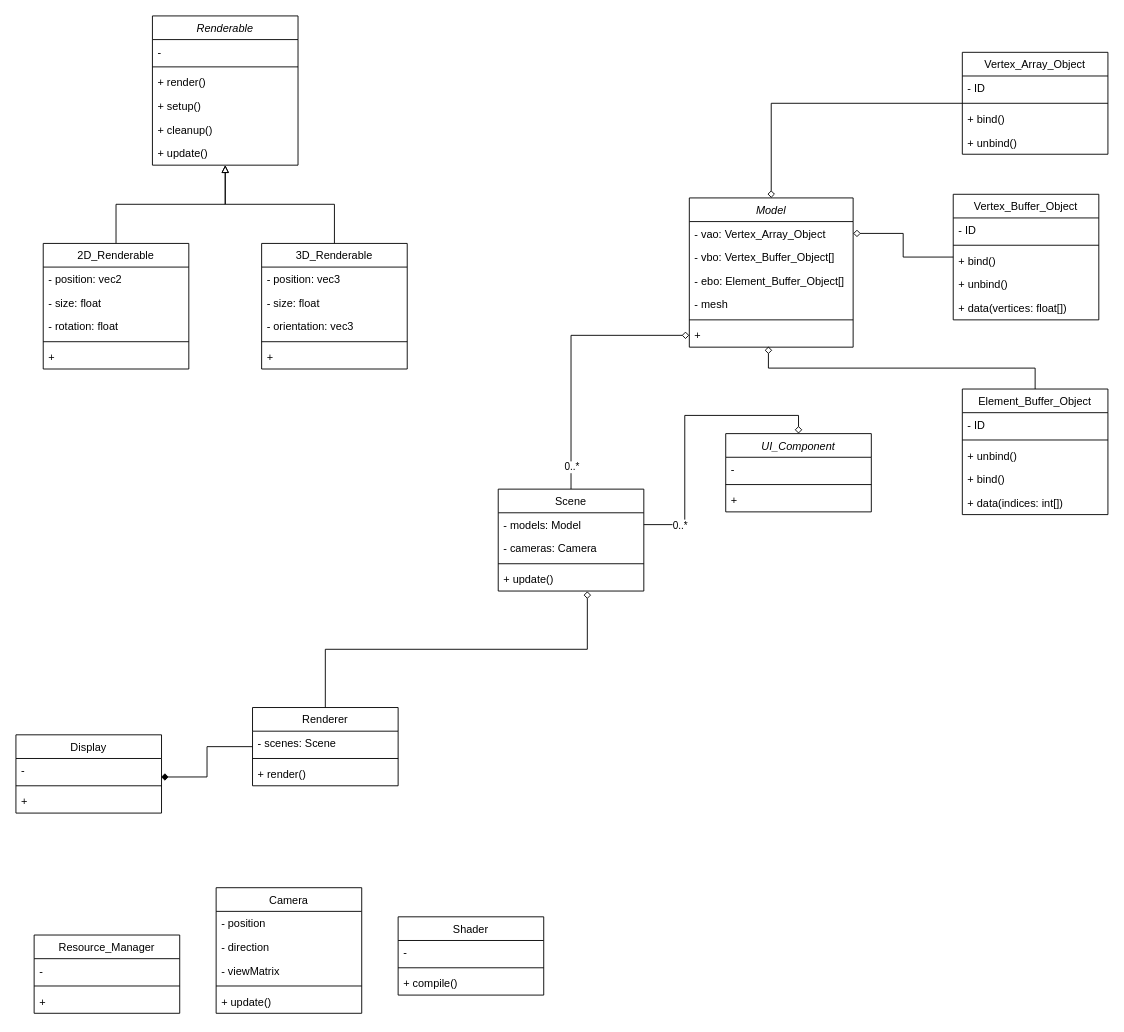
The draw.io diagram Render_Engine.drawio in harriszk/science, before the edit. Source tidied: cells renumbered, new cells numbered last; positions are measured from the earlier drawing's top-left corner, leaving out a move shared by most shapes. Both pictures are drawn from the tidied source at 91%, with x=0, y=0 at pixel (15, 15).
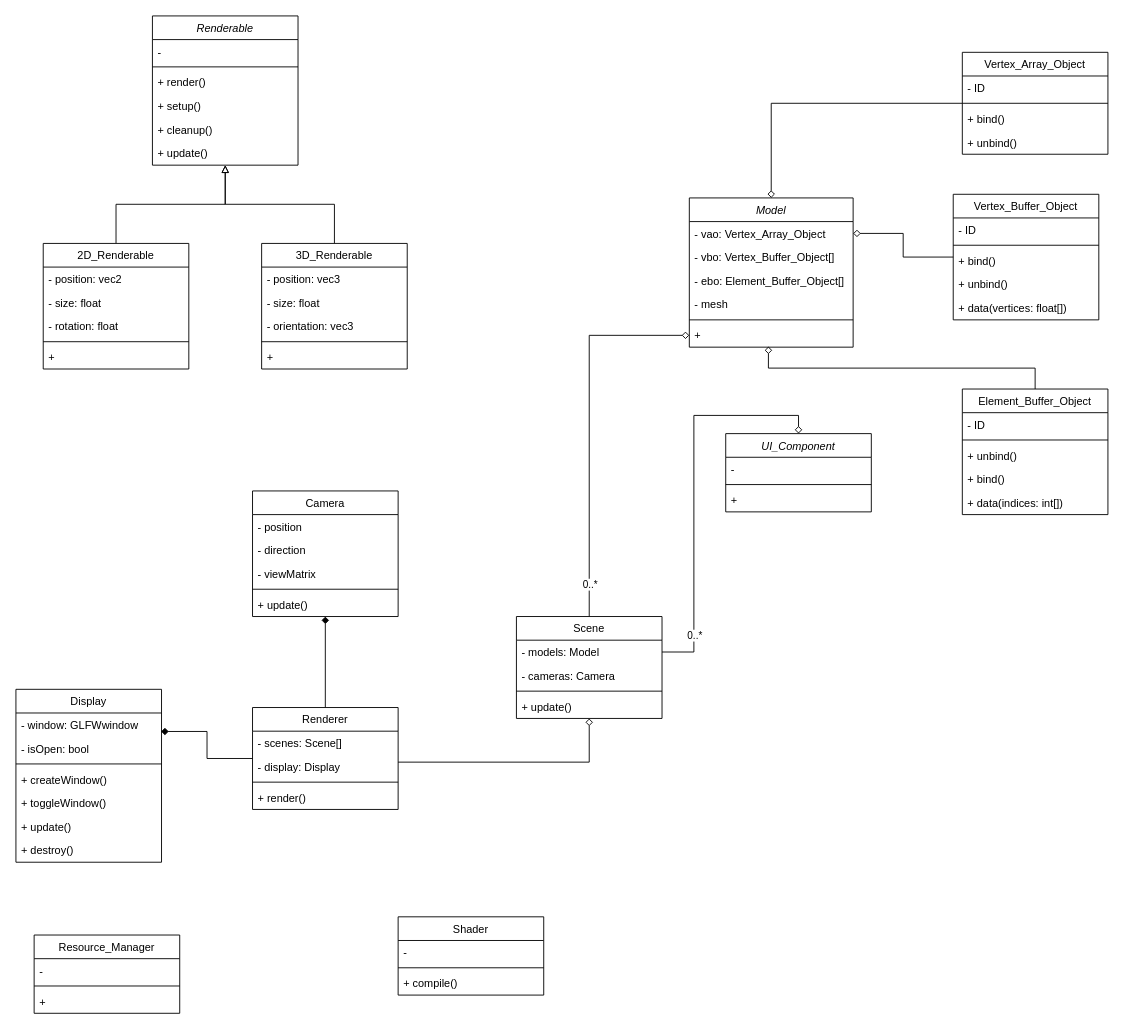
After the change.

The change refers to these unchanged cells:
```xml
<mxCell id="66" value="+ update()" style="text;align=left;verticalAlign=top;spacingLeft=4;spacingRight=4;overflow=hidden;points=[[0,0.5],[1,0.5]];portConstraint=eastwest;fontStyle=0;" parent="62" vertex="1">
  <mxGeometry y="86" width="160" height="26" as="geometry" />
</mxCell>
```

What changed in the source:
```diff
@@
     <mxCell id="54" value="Camera" style="swimlane;fontStyle=0;align=center;verticalAlign=top;horizontal=1;startSize=26;rounded=0;shadow=0;strokeWidth=1;" parent="1" vertex="1">
-      <mxGeometry x="220" y="958" width="160" height="138" as="geometry" />
+      <mxGeometry x="260" y="522" width="160" height="138" as="geometry" />
     </mxCell>
@@
     <mxCell id="62" value="Scene" style="swimlane;fontStyle=0;align=center;verticalAlign=top;horizontal=1;startSize=26;rounded=0;shadow=0;strokeWidth=1;" parent="1" vertex="1">
-      <mxGeometry x="530" y="520" width="160" height="112" as="geometry" />
+      <mxGeometry x="550" y="660" width="160" height="112" as="geometry" />
     </mxCell>
@@
-    <mxCell id="68" style="edgeStyle=orthogonalEdgeStyle;rounded=0;jettySize=auto;html=1;entryX=0.612;entryY=1.01;entryDx=0;entryDy=0;entryPerimeter=0;strokeColor=default;endArrow=diamond;endFill=0;" parent="1" edge="1" source="69" target="66">
-      <mxGeometry relative="1" as="geometry" />
+    <mxCell id="68" style="edgeStyle=orthogonalEdgeStyle;rounded=0;jettySize=auto;html=1;strokeColor=default;endArrow=diamond;endFill=0;" parent="1" edge="1" source="69" target="66">
+      <mxGeometry relative="1" as="geometry">
+        <Array as="points">
+          <mxPoint x="630" y="820" />
+        </Array>
+      </mxGeometry>
     </mxCell>
+    <mxCell id="87" style="edgeStyle=none;html=1;endArrow=diamond;endFill=1;" parent="1" edge="1" source="69">
+      <mxGeometry relative="1" as="geometry">
+        <mxPoint x="340" y="660" as="targetPoint" />
+      </mxGeometry>
+    </mxCell>
     <mxCell id="69" value="Renderer" style="swimlane;fontStyle=0;align=center;verticalAlign=top;horizontal=1;startSize=26;rounded=0;shadow=0;strokeWidth=1;" parent="1" vertex="1">
-      <mxGeometry x="260" y="760" width="160" height="86" as="geometry" />
+      <mxGeometry x="260" y="760" width="160" height="112" as="geometry" />
     </mxCell>
-    <mxCell id="70" value="- scenes: Scene" style="text;align=left;verticalAlign=top;spacingLeft=4;spacingRight=4;overflow=hidden;" parent="69" vertex="1">
+    <mxCell id="70" value="- scenes: Scene[]" style="text;align=left;verticalAlign=top;spacingLeft=4;spacingRight=4;overflow=hidden;" parent="69" vertex="1">
       <mxGeometry y="26" width="160" height="26" as="geometry" />
     </mxCell>
+    <mxCell id="88" value="- display: Display" style="text;align=left;verticalAlign=top;spacingLeft=4;spacingRight=4;overflow=hidden;" parent="69" vertex="1">
+      <mxGeometry y="52" width="160" height="26" as="geometry" />
+    </mxCell>
     <mxCell id="71" style="line;html=1;strokeWidth=1;align=left;verticalAlign=middle;spacingTop=-1;spacingLeft=3;spacingRight=3;labelPosition=right;" parent="69" vertex="1">
-      <mxGeometry y="52" width="160" height="8" as="geometry" />
+      <mxGeometry y="78" width="160" height="8" as="geometry" />
     </mxCell>
     <mxCell id="72" value="+ render()" style="text;align=left;verticalAlign=top;spacingLeft=4;spacingRight=4;overflow=hidden;fontStyle=0;" parent="69" vertex="1">
-      <mxGeometry y="60" width="160" height="26" as="geometry" />
+      <mxGeometry y="86" width="160" height="26" as="geometry" />
     </mxCell>
@@
     <mxCell id="81" value="Display" style="swimlane;fontStyle=0;align=center;verticalAlign=top;horizontal=1;startSize=26;rounded=0;shadow=0;strokeWidth=1;" parent="1" vertex="1">
-      <mxGeometry y="790" width="160" height="86" as="geometry" />
+      <mxGeometry y="740" width="160" height="190" as="geometry" />
     </mxCell>
-    <mxCell id="82" value="-" style="text;align=left;verticalAlign=top;spacingLeft=4;spacingRight=4;overflow=hidden;points=[[0,0.5],[1,0.5]];portConstraint=eastwest;" parent="81" vertex="1">
+    <mxCell id="82" value="- window: GLFWwindow" style="text;align=left;verticalAlign=top;spacingLeft=4;spacingRight=4;overflow=hidden;points=[[0,0.5],[1,0.5]];portConstraint=eastwest;" parent="81" vertex="1">
       <mxGeometry y="26" width="160" height="26" as="geometry" />
     </mxCell>
+    <mxCell id="89" value="- isOpen: bool" style="text;align=left;verticalAlign=top;spacingLeft=4;spacingRight=4;overflow=hidden;" parent="81" vertex="1">
+      <mxGeometry y="52" width="160" height="26" as="geometry" />
+    </mxCell>
     <mxCell id="83" style="line;html=1;strokeWidth=1;align=left;verticalAlign=middle;spacingTop=-1;spacingLeft=3;spacingRight=3;labelPosition=right;" parent="81" vertex="1">
-      <mxGeometry y="52" width="160" height="8" as="geometry" />
+      <mxGeometry y="78" width="160" height="8" as="geometry" />
     </mxCell>
+    <mxCell id="90" value="+ createWindow()" style="text;align=left;verticalAlign=top;spacingLeft=4;spacingRight=4;overflow=hidden;fontStyle=0;" parent="81" vertex="1">
+      <mxGeometry y="86" width="160" height="26" as="geometry" />
+    </mxCell>
-    <mxCell id="84" value="+" style="text;align=left;verticalAlign=top;spacingLeft=4;spacingRight=4;overflow=hidden;fontStyle=0;" parent="81" vertex="1">
-      <mxGeometry y="60" width="160" height="26" as="geometry" />
+    <mxCell id="84" value="+ toggleWindow()" style="text;align=left;verticalAlign=top;spacingLeft=4;spacingRight=4;overflow=hidden;fontStyle=0;" parent="81" vertex="1">
+      <mxGeometry y="112" width="160" height="26" as="geometry" />
     </mxCell>
+    <mxCell id="91" value="+ update()" style="text;align=left;verticalAlign=top;spacingLeft=4;spacingRight=4;overflow=hidden;fontStyle=0;" parent="81" vertex="1">
+      <mxGeometry y="138" width="160" height="26" as="geometry" />
+    </mxCell>
+    <mxCell id="92" value="+ destroy()" style="text;align=left;verticalAlign=top;spacingLeft=4;spacingRight=4;overflow=hidden;fontStyle=0;" parent="81" vertex="1">
+      <mxGeometry y="164" width="160" height="26" as="geometry" />
+    </mxCell>
```
